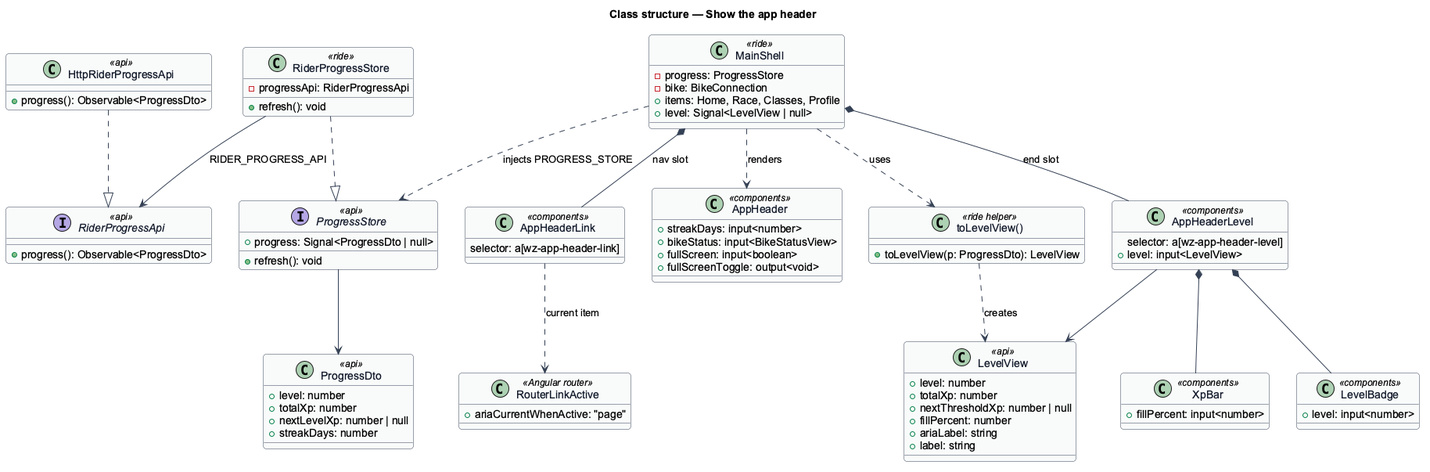
The PlantUML diagram docs/detailed-designs/home/show-the-app-header/diagrams/class-structure.png in QuinntyneBrown/ride-one, before a commit.
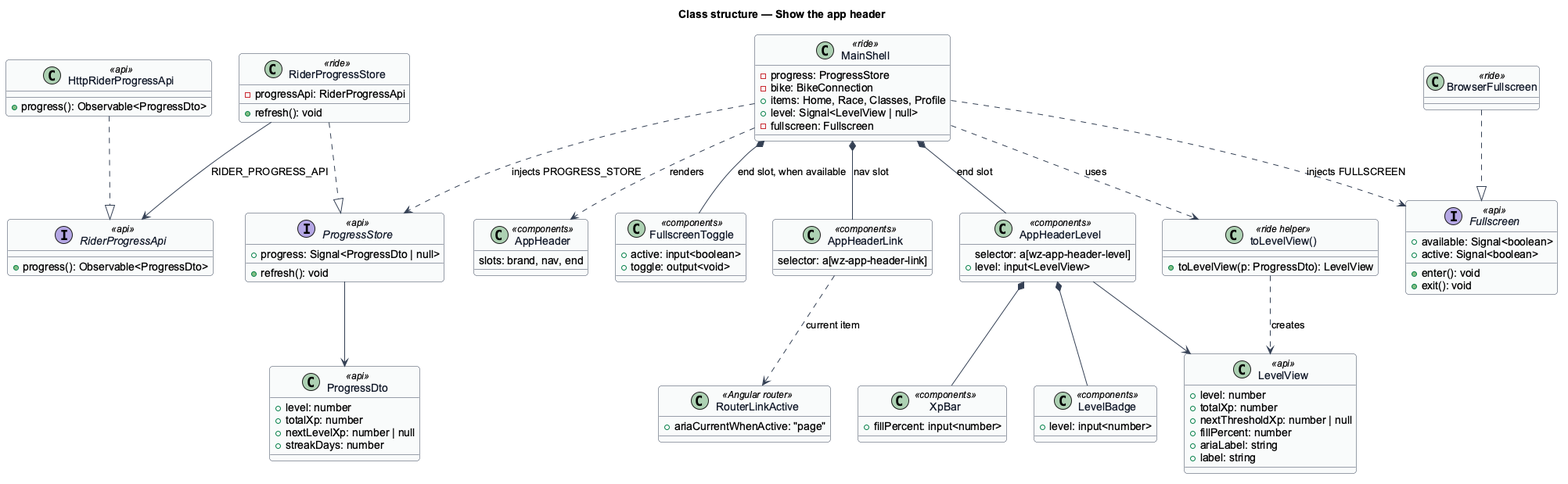
Above is the later version.

What changed in the source:
```diff
@@ -15,6 +15,7 @@
   -bike: BikeConnection
   +items: Home, Race, Classes, Profile
   +level: Signal<LevelView | null>
+  -fullscreen: Fullscreen
 }
 interface ProgressStore <<api>> {
   +progress: Signal<ProgressDto | null>
@@ -41,11 +42,19 @@
   +ariaCurrentWhenActive: "page"
 }
 class AppHeader <<components>> {
-  +streakDays: input<number>
-  +bikeStatus: input<BikeStatusView>
-  +fullScreen: input<boolean>
-  +fullScreenToggle: output<void>
+  slots: brand, nav, end
 }
+class FullscreenToggle <<components>> {
+  +active: input<boolean>
+  +toggle: output<void>
+}
+interface Fullscreen <<api>> {
+  +available: Signal<boolean>
+  +active: Signal<boolean>
+  +enter(): void
+  +exit(): void
+}
+class BrowserFullscreen <<ride>>
 class LevelView <<api>> {
   +level: number
   +totalXp: number
@@ -78,6 +87,9 @@
 ProgressStore --> ProgressDto
 MainShell *-- AppHeaderLink : nav slot
 MainShell *-- AppHeaderLevel : end slot
+MainShell *-- FullscreenToggle : end slot, when available
+MainShell ..> Fullscreen : injects FULLSCREEN
+BrowserFullscreen ..|> Fullscreen
 AppHeaderLink ..> RouterLinkActive : current item
 AppHeaderLevel *-- LevelBadge
 AppHeaderLevel *-- XpBar
```
